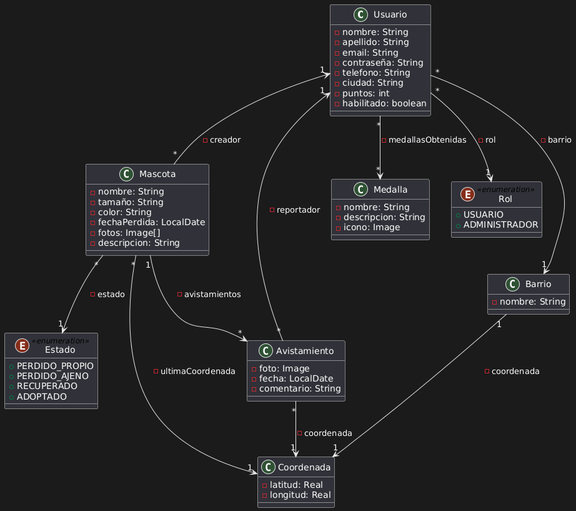
This is uml.png from MatiasGuaymas/TTPS, a PlantUML export, as it was before one commit. Its source is kept beside it as uml.plantuml.
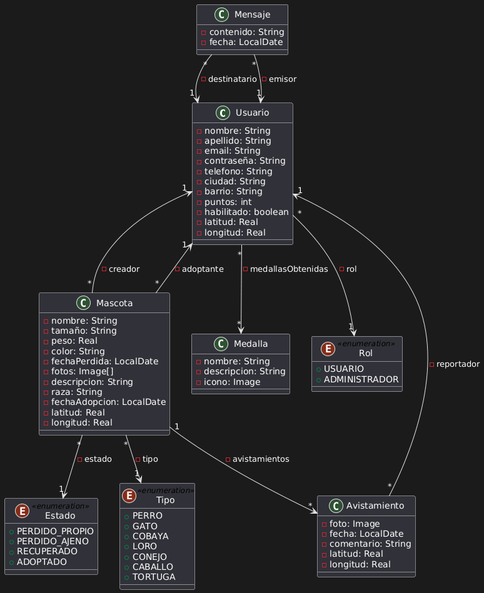
After the commit.

Commit message:
Actualizado UML

What changed in the source:
```diff
@@ -6,6 +6,7 @@
     -contraseña: String
     -telefono: String
     -ciudad: String
+    -barrio: String
     -puntos: int
     -habilitado: boolean
 }
@@ -13,20 +14,19 @@
 class Mascota {
     -nombre: String
     -tamaño: String
+    -peso: Real
     -color: String
     -fechaPerdida: LocalDate
     -fotos: Image[]
     -descripcion: String
+    -raza: String
+    -fecha_adopcion: LocalDate
 }
 
 class Avistamiento {
     -foto: Image
     -fecha: LocalDate
     -comentario: String
-}
-
-class Barrio {
-    -nombre: String
 }
 
 class Medalla {
@@ -52,16 +52,36 @@
     +ADOPTADO
 }
 
+enum Tipo << enumeration >> {
+    +PERRO
+    +GATO
+    +COBAYA
+    +LORO
+    +CONEJO
+    +CABALLO
+    +TORTUGA
+}
+
+class Mensaje {
+    -contenido: String
+    -fecha: LocalDate
+}
+
+Mensaje "*" --> "1" Usuario: -destinatario
+
+Mensaje "*" --> "1" Usuario: -emisor
+
+Mascota "*" --> "1" Usuario: -adoptante
+
+Mascota "*" --> "1" Tipo: -tipo
+
+Usuario "1" --> "1" Coordenada: -coordenada
 
 Avistamiento "*" --> "1" Coordenada: -coordenada
 
 Mascota "*" --> "1" Coordenada: -ultimaCoordenada
 
-Barrio "1" --> "1" Coordenada: -coordenada
-
 Usuario "*" --> "1" Rol : -rol
-
-Usuario "*" --> "1" Barrio : -barrio
 
 Usuario "*" --> "*" Medalla : -medallasObtenidas
 
```
